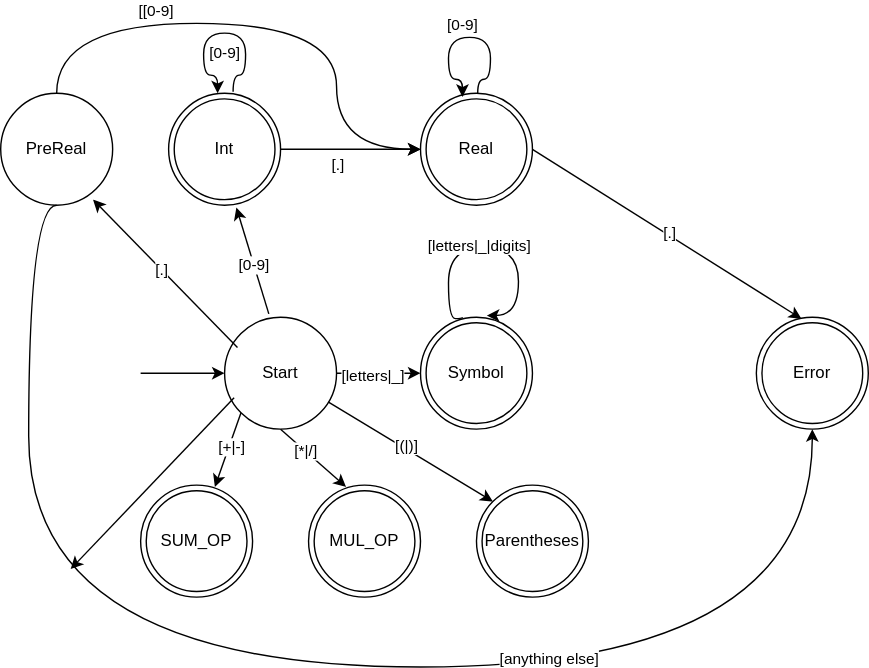
Earlier version of the draw.io export doc/NFA.drawio.svg (Raffaello/symbols). Source tidied: cells renumbered, new cells last; positions are measured from the earlier drawing's top-left corner, leaving out a move shared by most shapes.
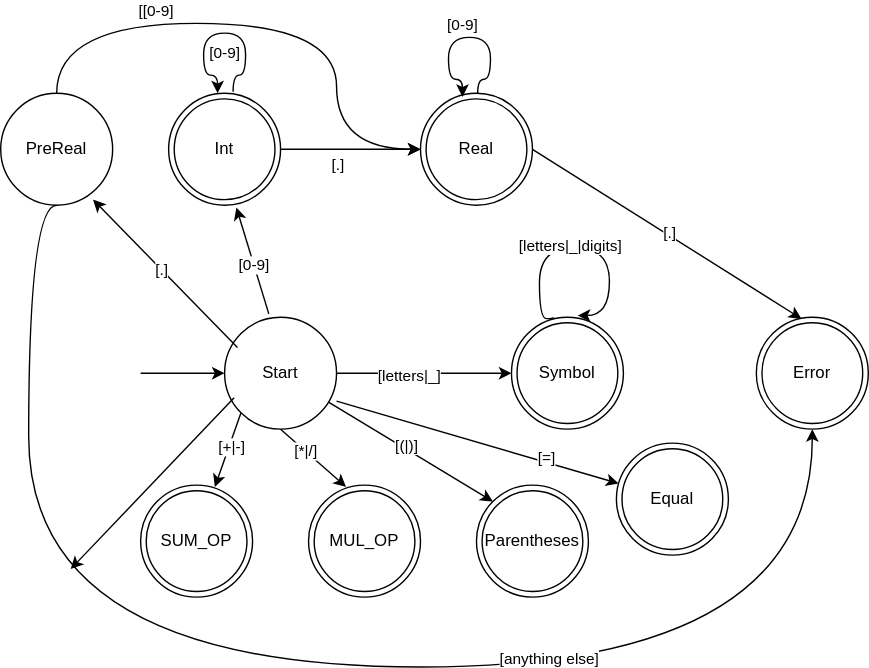
After the change.

Diff of the diagram source:
```diff
@@ -40,12 +40,10 @@
       <mxGeometry y="2" relative="1" as="geometry" />
     </mxCell>
     <mxCell id="10" value="Symbol" style="ellipse;shape=doubleEllipse;whiteSpace=wrap;html=1;" parent="1" vertex="1">
-      <mxGeometry x="300" y="210" width="80" height="80" as="geometry" />
+      <mxGeometry x="365" y="210" width="80" height="80" as="geometry" />
     </mxCell>
-    <mxCell id="11" style="endArrow=classic;html=1;rounded=0;exitX=1;exitY=0.5;exitDx=0;exitDy=0;" parent="1" edge="1" source="3">
-      <mxGeometry relative="1" as="geometry">
-        <mxPoint x="300" y="250" as="targetPoint" />
-      </mxGeometry>
+    <mxCell id="11" style="endArrow=classic;html=1;rounded=0;exitX=1;exitY=0.5;exitDx=0;exitDy=0;entryX=0;entryY=0.5;entryDx=0;entryDy=0;" parent="1" edge="1" source="3" target="10">
+      <mxGeometry relative="1" as="geometry" />
     </mxCell>
     <mxCell id="12" value="[letters|_]" style="edgeLabel;html=1;align=center;verticalAlign=middle;" parent="11" vertex="1">
       <mxGeometry x="-0.18" y="-1" relative="1" as="geometry" />
@@ -53,11 +51,11 @@
     <mxCell id="13" style="endArrow=classic;html=1;rounded=0;exitX=0.375;exitY=0;exitDx=0;exitDy=0;exitPerimeter=0;edgeStyle=orthogonalEdgeStyle;curved=1;entryX=0.592;entryY=-0.015;entryDx=0;entryDy=0;entryPerimeter=0;" parent="1" edge="1" source="10" target="10">
       <mxGeometry relative="1" as="geometry">
         <Array as="points">
-          <mxPoint x="330" y="211" />
-          <mxPoint x="320" y="211" />
-          <mxPoint x="320" y="160" />
-          <mxPoint x="370" y="160" />
-          <mxPoint x="370" y="209" />
+          <mxPoint x="395" y="211" />
+          <mxPoint x="385" y="211" />
+          <mxPoint x="385" y="160" />
+          <mxPoint x="435" y="160" />
+          <mxPoint x="435" y="209" />
         </Array>
       </mxGeometry>
     </mxCell>
@@ -168,5 +166,16 @@
         <mxPoint x="-4" y="12" as="offset" />
       </mxGeometry>
     </mxCell>
+    <mxCell id="39" value="Equal" style="ellipse;shape=doubleEllipse;whiteSpace=wrap;html=1;" parent="1" vertex="1">
+      <mxGeometry x="440" y="300" width="80" height="80" as="geometry" />
+    </mxCell>
+    <mxCell id="40" style="endArrow=classic;html=1;rounded=0;" parent="1" edge="1" target="39">
+      <mxGeometry relative="1" as="geometry">
+        <mxPoint x="240" y="270" as="sourcePoint" />
+      </mxGeometry>
+    </mxCell>
+    <mxCell id="41" value="[=]" style="edgeLabel;html=1;align=center;verticalAlign=middle;" parent="40" vertex="1">
+      <mxGeometry x="0.47" y="3" relative="1" as="geometry" />
+    </mxCell>
   </root>
 </mxGraphModel>
```
